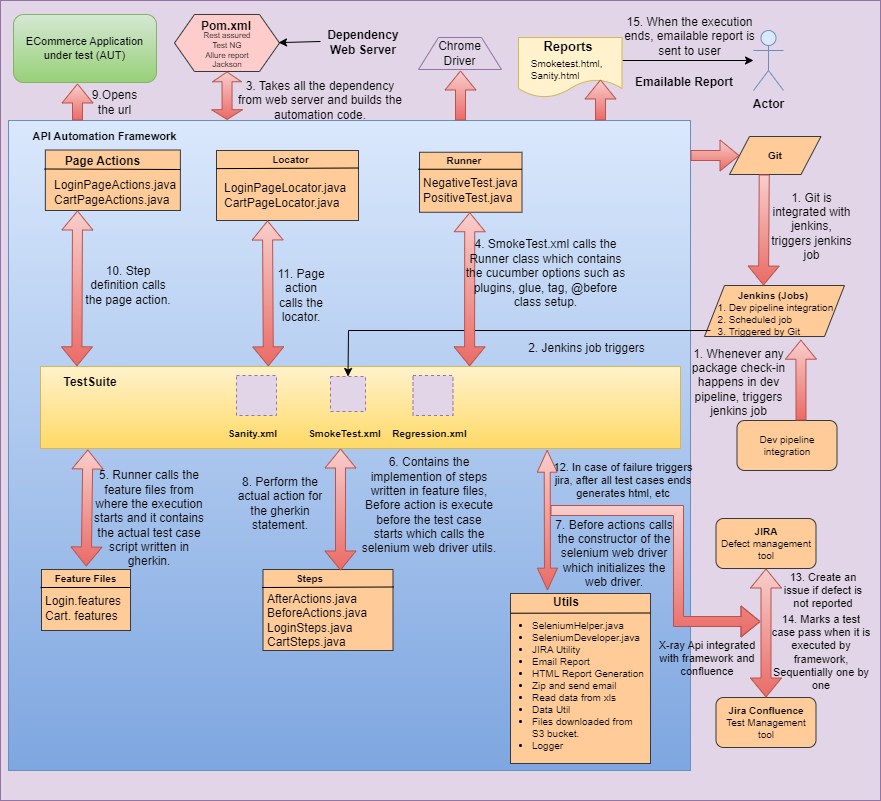
vaibhavjain1/app.diagrams.net keeps this draw.io diagram as Ecommerce.drawio.png. Above is the earlier version. Source tidied: cells renumbered, new cells last; positions are measured from the earlier drawing's top-left corner, leaving out a move shared by most shapes.
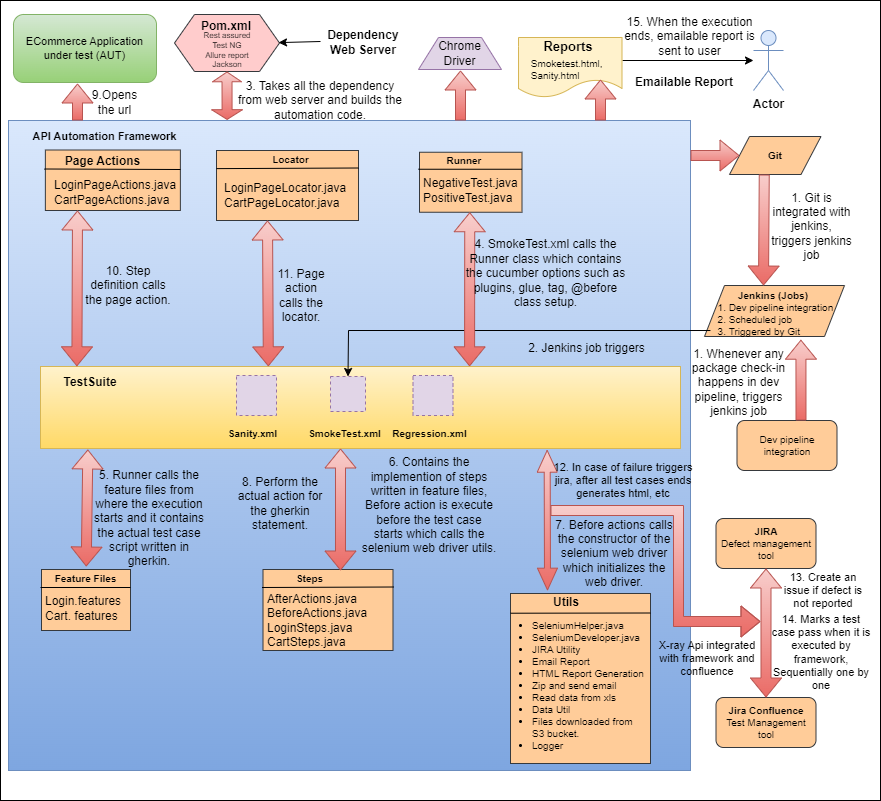
The same diagram one commit later.

Change to the diagram source:
```diff
@@ -2,7 +2,7 @@
   <root>
     <mxCell id="0" />
     <mxCell id="1" parent="0" />
-    <mxCell id="2" style="rounded=0;whiteSpace=wrap;html=1;fillStyle=solid;fillColor=#e1d5e7;strokeColor=#9673a6;" parent="1" vertex="1">
+    <mxCell id="2" style="rounded=0;whiteSpace=wrap;html=1;fillStyle=solid;" parent="1" vertex="1">
       <mxGeometry width="880" height="800" as="geometry" />
     </mxCell>
     <mxCell id="3" style="rounded=0;whiteSpace=wrap;html=1;fillColor=#dae8fc;strokeColor=#6c8ebf;gradientColor=#7ea6e0;" parent="1" vertex="1">
```
